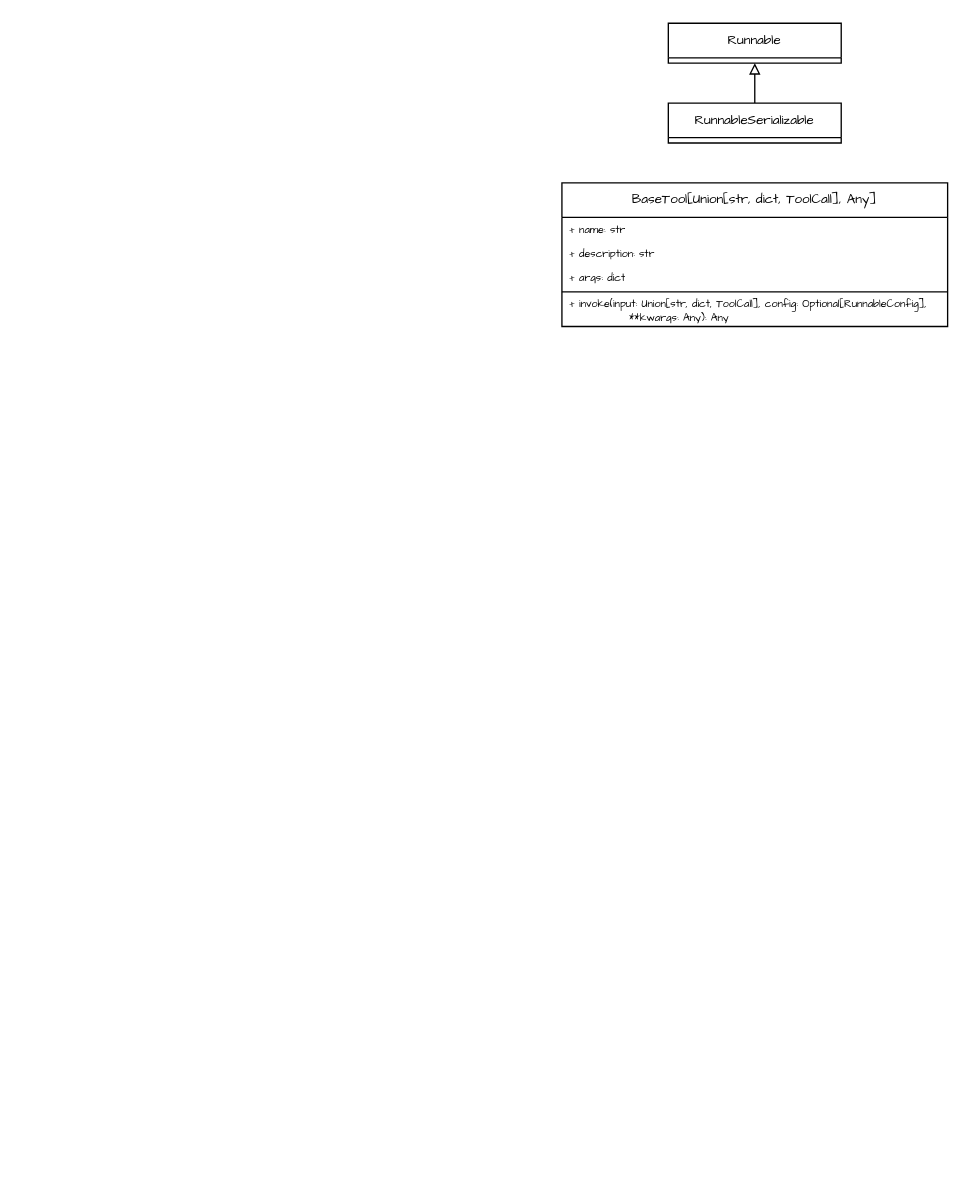
Above: page "Tool" (9 of 9) of Draw_Files/langchain.drawio in wangmu0115/WangMu (draw.io), before the change. Source tidied: cells renumbered, new cells numbered last; positions are measured from the earlier drawing's top-left corner, leaving out a move shared by most shapes. Both pictures are drawn from the tidied source at 133%, with x=0, y=0 at pixel (561, 23).
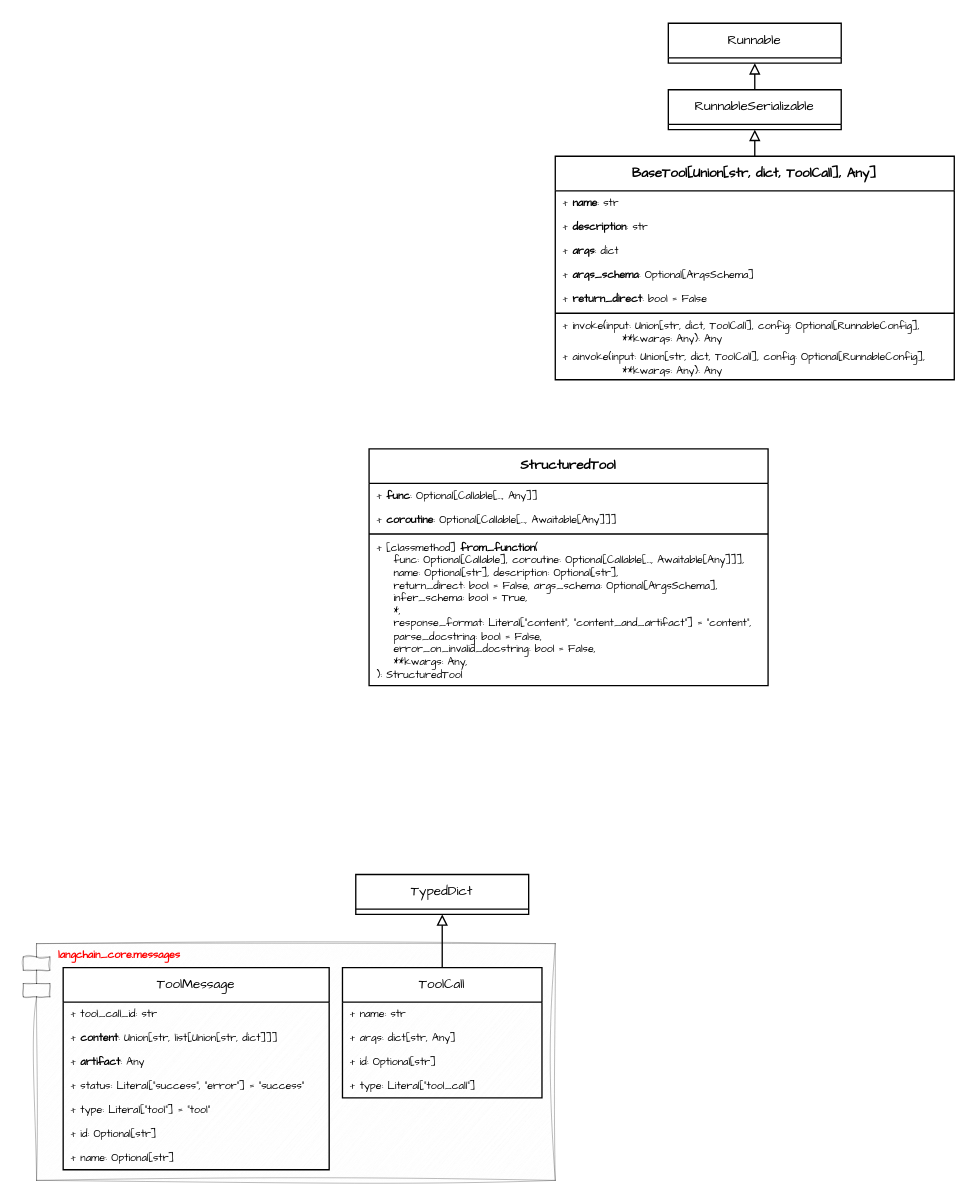
The same page after the edit.

Change to the diagram source:
```diff
@@
+    <mxCell id="11" style="shape=module;align=left;spacingLeft=20;align=center;verticalAlign=top;whiteSpace=wrap;html=1;fillColor=#f5f5f5;fontColor=#333333;strokeColor=default;sketch=1;curveFitting=1;jiggle=2;strokeWidth=0.2;" parent="1" vertex="1">
+      <mxGeometry x="-405" y="692" width="400" height="178" as="geometry" />
+    </mxCell>
+    <mxCell id="12" style="rounded=0;jettySize=auto;html=1;exitX=0.5;exitY=0;exitDx=0;exitDy=0;entryX=0.5;entryY=1;entryDx=0;entryDy=0;endArrow=block;endFill=0;" parent="1" edge="1" source="2" target="10">
+      <mxGeometry relative="1" as="geometry" />
+    </mxCell>
-    <mxCell id="2" value="BaseTool[Union[str, dict, ToolCall], Any]" style="swimlane;fontStyle=0;align=center;verticalAlign=top;horizontal=1;startSize=26;whiteSpace=wrap;html=1;fontFamily=Comic Sans MS;fontSize=10;" parent="1" vertex="1">
-      <mxGeometry y="120" width="290" height="108" as="geometry" />
+    <mxCell id="2" value="BaseTool[Union[str, dict, ToolCall], Any]" style="swimlane;fontStyle=1;align=center;verticalAlign=top;horizontal=1;startSize=26;whiteSpace=wrap;html=1;fontFamily=Comic Sans MS;fontSize=10;" parent="1" vertex="1">
+      <mxGeometry x="-5" y="100" width="300" height="168" as="geometry" />
     </mxCell>
-    <mxCell id="3" value="+ name: str" style="text;strokeColor=none;fillColor=none;align=left;verticalAlign=middle;spacingLeft=4;spacingRight=4;overflow=hidden;whiteSpace=wrap;html=1;fontFamily=Comic Sans MS;fontSize=8;fontStyle=0;" parent="2" vertex="1">
-      <mxGeometry y="26" width="290" height="18" as="geometry" />
+    <mxCell id="3" value="+ &lt;b&gt;name&lt;/b&gt;: str" style="text;strokeColor=none;fillColor=none;align=left;verticalAlign=middle;spacingLeft=4;spacingRight=4;overflow=hidden;whiteSpace=wrap;html=1;fontFamily=Comic Sans MS;fontSize=8;fontStyle=0;" parent="2" vertex="1">
+      <mxGeometry y="26" width="300" height="18" as="geometry" />
     </mxCell>
-    <mxCell id="4" value="+ description: str" style="text;strokeColor=none;fillColor=none;align=left;verticalAlign=middle;spacingLeft=4;spacingRight=4;overflow=hidden;whiteSpace=wrap;html=1;fontFamily=Comic Sans MS;fontSize=8;fontStyle=0;" parent="2" vertex="1">
-      <mxGeometry y="44" width="290" height="18" as="geometry" />
+    <mxCell id="4" value="+ &lt;b&gt;description&lt;/b&gt;: str" style="text;strokeColor=none;fillColor=none;align=left;verticalAlign=middle;spacingLeft=4;spacingRight=4;overflow=hidden;whiteSpace=wrap;html=1;fontFamily=Comic Sans MS;fontSize=8;fontStyle=0;" parent="2" vertex="1">
+      <mxGeometry y="44" width="300" height="18" as="geometry" />
     </mxCell>
-    <mxCell id="5" value="+ args: dict" style="text;strokeColor=none;fillColor=none;align=left;verticalAlign=middle;spacingLeft=4;spacingRight=4;overflow=hidden;whiteSpace=wrap;html=1;fontFamily=Comic Sans MS;fontSize=8;fontStyle=0;" parent="2" vertex="1">
-      <mxGeometry y="62" width="290" height="18" as="geometry" />
+    <mxCell id="5" value="+ &lt;b&gt;args&lt;/b&gt;: dict" style="text;strokeColor=none;fillColor=none;align=left;verticalAlign=middle;spacingLeft=4;spacingRight=4;overflow=hidden;whiteSpace=wrap;html=1;fontFamily=Comic Sans MS;fontSize=8;fontStyle=0;" parent="2" vertex="1">
+      <mxGeometry y="62" width="300" height="18" as="geometry" />
     </mxCell>
+    <mxCell id="13" value="+ &lt;b&gt;args_schema&lt;/b&gt;: Optional[ArgsSchema]" style="text;strokeColor=none;fillColor=none;align=left;verticalAlign=middle;spacingLeft=4;spacingRight=4;overflow=hidden;whiteSpace=wrap;html=1;fontFamily=Comic Sans MS;fontSize=8;fontStyle=0;" parent="2" vertex="1">
+      <mxGeometry y="80" width="300" height="18" as="geometry" />
+    </mxCell>
+    <mxCell id="14" value="+ &lt;b&gt;return_direct&lt;/b&gt;: bool = False" style="text;strokeColor=none;fillColor=none;align=left;verticalAlign=middle;spacingLeft=4;spacingRight=4;overflow=hidden;whiteSpace=wrap;html=1;fontFamily=Comic Sans MS;fontSize=8;fontStyle=0;" parent="2" vertex="1">
+      <mxGeometry y="98" width="300" height="18" as="geometry" />
+    </mxCell>
     <mxCell id="6" style="line;strokeWidth=1;fillColor=none;align=left;verticalAlign=middle;spacingTop=-1;spacingLeft=3;spacingRight=3;labelPosition=right;strokeColor=inherit;" parent="2" vertex="1">
-      <mxGeometry y="80" width="290" height="4" as="geometry" />
+      <mxGeometry y="116" width="300" height="4" as="geometry" />
     </mxCell>
     <mxCell id="7" value="+ invoke(input: Union[str, dict, ToolCall], config: Optional[RunnableConfig],&amp;nbsp;&lt;div&gt;&amp;nbsp; &amp;nbsp; &amp;nbsp; &amp;nbsp; &amp;nbsp; &amp;nbsp; &amp;nbsp; **kwargs: Any): Any&lt;/div&gt;" style="text;strokeColor=none;fillColor=none;align=left;verticalAlign=middle;spacingLeft=4;spacingRight=4;overflow=hidden;whiteSpace=wrap;html=1;fontFamily=Comic Sans MS;fontSize=8;fontStyle=0;" parent="2" vertex="1">
-      <mxGeometry y="84" width="290" height="24" as="geometry" />
+      <mxGeometry y="120" width="300" height="24" as="geometry" />
     </mxCell>
+    <mxCell id="15" value="+ ainvoke(input: Union[str, dict, ToolCall], config: Optional[RunnableConfig],&amp;nbsp;&lt;div&gt;&amp;nbsp; &amp;nbsp; &amp;nbsp; &amp;nbsp; &amp;nbsp; &amp;nbsp; &amp;nbsp; **kwargs: Any): Any&lt;/div&gt;" style="text;strokeColor=none;fillColor=none;align=left;verticalAlign=middle;spacingLeft=4;spacingRight=4;overflow=hidden;whiteSpace=wrap;html=1;fontFamily=Comic Sans MS;fontSize=8;fontStyle=0;" parent="2" vertex="1">
+      <mxGeometry y="144" width="300" height="24" as="geometry" />
+    </mxCell>
@@
     <mxCell id="10" value="RunnableSerializable" style="swimlane;fontStyle=0;align=center;verticalAlign=top;horizontal=1;startSize=26;whiteSpace=wrap;html=1;fontFamily=Comic Sans MS;fontSize=10;" parent="1" vertex="1" collapsed="1">
-      <mxGeometry x="80" y="60" width="130" height="30" as="geometry" />
+      <mxGeometry x="80" y="50" width="130" height="30" as="geometry" />
     </mxCell>
+    <mxCell id="16" value="StructuredTool" style="swimlane;fontStyle=1;align=center;verticalAlign=top;horizontal=1;startSize=26;whiteSpace=wrap;html=1;fontFamily=Comic Sans MS;fontSize=10;" parent="1" vertex="1">
+      <mxGeometry x="-145" y="320" width="300" height="178" as="geometry" />
+    </mxCell>
+    <mxCell id="17" value="+ &lt;b&gt;func&lt;/b&gt;: Optional[Callable[..., Any]]" style="text;strokeColor=none;fillColor=none;align=left;verticalAlign=middle;spacingLeft=4;spacingRight=4;overflow=hidden;whiteSpace=wrap;html=1;fontFamily=Comic Sans MS;fontSize=8;fontStyle=0;" parent="16" vertex="1">
+      <mxGeometry y="26" width="300" height="18" as="geometry" />
+    </mxCell>
+    <mxCell id="18" value="+ &lt;b&gt;coroutine&lt;/b&gt;: Optional[Callable[..., Awaitable[Any]]]" style="text;strokeColor=none;fillColor=none;align=left;verticalAlign=middle;spacingLeft=4;spacingRight=4;overflow=hidden;whiteSpace=wrap;html=1;fontFamily=Comic Sans MS;fontSize=8;fontStyle=0;" parent="16" vertex="1">
+      <mxGeometry y="44" width="300" height="18" as="geometry" />
+    </mxCell>
+    <mxCell id="19" style="line;strokeWidth=1;fillColor=none;align=left;verticalAlign=middle;spacingTop=-1;spacingLeft=3;spacingRight=3;labelPosition=right;strokeColor=inherit;" parent="16" vertex="1">
+      <mxGeometry y="62" width="300" height="4" as="geometry" />
+    </mxCell>
+    <mxCell id="20" value="+ [classmethod]&amp;nbsp;&lt;span style=&quot;background-color: transparent;&quot;&gt;&lt;b&gt;from_function&lt;/b&gt;(&lt;/span&gt;&lt;div&gt;&lt;span style=&quot;background-color: transparent;&quot;&gt;&amp;nbsp; &amp;nbsp; func: Optional[Callable], coroutine: Optional[Callable[..., Awaitable[Any]]],&lt;/span&gt;&lt;div&gt;&amp;nbsp; &amp;nbsp; name: Optional[str], description: Optional[str],&amp;nbsp;&lt;/div&gt;&lt;div&gt;&amp;nbsp; &amp;nbsp; return_direct: bool = False,&amp;nbsp;&lt;span style=&quot;background-color: transparent; color: light-dark(rgb(0, 0, 0), rgb(255, 255, 255));&quot;&gt;args_schema: Optional[ArgsSchema],&amp;nbsp;&lt;/span&gt;&lt;/div&gt;&lt;div&gt;&lt;span style=&quot;background-color: transparent; color: light-dark(rgb(0, 0, 0), rgb(255, 255, 255));&quot;&gt;&amp;nbsp; &amp;nbsp; infer_schema: bool = True,&lt;/span&gt;&lt;/div&gt;&lt;div&gt;&amp;nbsp; &amp;nbsp; *,&lt;/div&gt;&lt;div&gt;&amp;nbsp; &amp;nbsp; response_format: Literal[&quot;content&quot;, &quot;content_and_artifact&quot;] = &quot;content&quot;,&lt;/div&gt;&lt;div&gt;&amp;nbsp; &amp;nbsp; parse_docstring: bool = False,&lt;/div&gt;&lt;div&gt;&amp;nbsp; &amp;nbsp; error_on_invalid_docstring: bool = False,&lt;/div&gt;&lt;div&gt;&amp;nbsp; &amp;nbsp; **kwargs: Any,&lt;/div&gt;&lt;div&gt;): StructuredTool&lt;/div&gt;&lt;/div&gt;" style="text;strokeColor=none;fillColor=none;align=left;verticalAlign=middle;spacingLeft=4;spacingRight=4;overflow=hidden;whiteSpace=wrap;html=1;fontFamily=Comic Sans MS;fontSize=8;fontStyle=0;" parent="16" vertex="1">
+      <mxGeometry y="66" width="300" height="112" as="geometry" />
+    </mxCell>
+    <mxCell id="21" style="rounded=0;jettySize=auto;html=1;exitX=0.5;exitY=0;exitDx=0;exitDy=0;entryX=0.5;entryY=1;entryDx=0;entryDy=0;endArrow=block;endFill=0;" parent="1" edge="1" source="22" target="27">
+      <mxGeometry relative="1" as="geometry" />
+    </mxCell>
+    <mxCell id="22" value="ToolCall" style="swimlane;fontStyle=0;align=center;verticalAlign=top;horizontal=1;startSize=26;whiteSpace=wrap;html=1;fontFamily=Comic Sans MS;fontSize=10;" parent="1" vertex="1">
+      <mxGeometry x="-165" y="710" width="150" height="98" as="geometry" />
+    </mxCell>
+    <mxCell id="23" value="&lt;span style=&quot;background-color: transparent; color: light-dark(rgb(0, 0, 0), rgb(255, 255, 255));&quot;&gt;+&amp;nbsp;&lt;/span&gt;name: str" style="text;strokeColor=none;fillColor=none;align=left;verticalAlign=middle;spacingLeft=4;spacingRight=4;overflow=hidden;whiteSpace=wrap;html=1;fontFamily=Comic Sans MS;fontSize=8;" parent="22" vertex="1">
+      <mxGeometry y="26" width="150" height="18" as="geometry" />
+    </mxCell>
+    <mxCell id="24" value="&lt;span style=&quot;background-color: transparent; color: light-dark(rgb(0, 0, 0), rgb(255, 255, 255));&quot;&gt;+&amp;nbsp;&lt;/span&gt;args: dict[str, Any]" style="text;strokeColor=none;fillColor=none;align=left;verticalAlign=middle;spacingLeft=4;spacingRight=4;overflow=hidden;whiteSpace=wrap;html=1;fontFamily=Comic Sans MS;fontSize=8;" parent="22" vertex="1">
+      <mxGeometry y="44" width="150" height="18" as="geometry" />
+    </mxCell>
+    <mxCell id="25" value="&lt;span style=&quot;background-color: transparent; color: light-dark(rgb(0, 0, 0), rgb(255, 255, 255));&quot;&gt;+&amp;nbsp;&lt;/span&gt;id: Optional[str]" style="text;strokeColor=none;fillColor=none;align=left;verticalAlign=middle;spacingLeft=4;spacingRight=4;overflow=hidden;whiteSpace=wrap;html=1;fontFamily=Comic Sans MS;fontSize=8;" parent="22" vertex="1">
+      <mxGeometry y="62" width="150" height="18" as="geometry" />
+    </mxCell>
+    <mxCell id="26" value="&lt;span style=&quot;background-color: transparent; color: light-dark(rgb(0, 0, 0), rgb(255, 255, 255));&quot;&gt;+&amp;nbsp;&lt;/span&gt;type: Literal[&quot;tool_call&quot;]" style="text;strokeColor=none;fillColor=none;align=left;verticalAlign=middle;spacingLeft=4;spacingRight=4;overflow=hidden;whiteSpace=wrap;html=1;fontFamily=Comic Sans MS;fontSize=8;" parent="22" vertex="1">
+      <mxGeometry y="80" width="150" height="18" as="geometry" />
+    </mxCell>
+    <mxCell id="27" value="TypedDict" style="swimlane;fontStyle=0;align=center;verticalAlign=top;horizontal=1;startSize=26;whiteSpace=wrap;html=1;fontFamily=Comic Sans MS;fontSize=10;" parent="1" vertex="1" collapsed="1">
+      <mxGeometry x="-155" y="640" width="130" height="30" as="geometry" />
+    </mxCell>
+    <mxCell id="28" value="ToolMessage" style="swimlane;fontStyle=0;align=center;verticalAlign=top;horizontal=1;startSize=26;whiteSpace=wrap;html=1;fontFamily=Comic Sans MS;fontSize=10;" parent="1" vertex="1">
+      <mxGeometry x="-375" y="710" width="200" height="152" as="geometry" />
+    </mxCell>
+    <mxCell id="29" value="&lt;span style=&quot;background-color: transparent; color: light-dark(rgb(0, 0, 0), rgb(255, 255, 255));&quot;&gt;+&amp;nbsp;&lt;/span&gt;tool_call_id: str" style="text;strokeColor=none;fillColor=none;align=left;verticalAlign=middle;spacingLeft=4;spacingRight=4;overflow=hidden;whiteSpace=wrap;html=1;fontFamily=Comic Sans MS;fontSize=8;" parent="28" vertex="1">
+      <mxGeometry y="26" width="200" height="18" as="geometry" />
+    </mxCell>
+    <mxCell id="30" value="&lt;span style=&quot;background-color: transparent; color: light-dark(rgb(0, 0, 0), rgb(255, 255, 255));&quot;&gt;+&amp;nbsp;&lt;/span&gt;&lt;b&gt;content&lt;/b&gt;: Union[str, list[Union[str, dict]]]" style="text;strokeColor=none;fillColor=none;align=left;verticalAlign=middle;spacingLeft=4;spacingRight=4;overflow=hidden;whiteSpace=wrap;html=1;fontFamily=Comic Sans MS;fontSize=8;" parent="28" vertex="1">
+      <mxGeometry y="44" width="200" height="18" as="geometry" />
+    </mxCell>
+    <mxCell id="31" value="&lt;span style=&quot;color: light-dark(rgb(0, 0, 0), rgb(255, 255, 255)); background-color: transparent;&quot;&gt;+&amp;nbsp;&lt;/span&gt;&lt;b&gt;artifact&lt;/b&gt;: Any" style="text;strokeColor=none;fillColor=none;align=left;verticalAlign=middle;spacingLeft=4;spacingRight=4;overflow=hidden;whiteSpace=wrap;html=1;fontFamily=Comic Sans MS;fontSize=8;" parent="28" vertex="1">
+      <mxGeometry y="62" width="200" height="18" as="geometry" />
+    </mxCell>
+    <mxCell id="32" value="&lt;span style=&quot;color: light-dark(rgb(0, 0, 0), rgb(255, 255, 255)); background-color: transparent;&quot;&gt;+ status&lt;/span&gt;: Literal[&quot;success&quot;, &quot;error&quot;] = &quot;success&quot;" style="text;strokeColor=none;fillColor=none;align=left;verticalAlign=middle;spacingLeft=4;spacingRight=4;overflow=hidden;whiteSpace=wrap;html=1;fontFamily=Comic Sans MS;fontSize=8;" parent="28" vertex="1">
+      <mxGeometry y="80" width="200" height="18" as="geometry" />
+    </mxCell>
+    <mxCell id="33" value="&lt;span style=&quot;background-color: transparent; color: light-dark(rgb(0, 0, 0), rgb(255, 255, 255));&quot;&gt;+ type: Literal[&quot;tool&quot;] = &quot;tool&quot;&lt;/span&gt;&lt;span style=&quot;background-color: transparent; color: light-dark(rgb(0, 0, 0), rgb(255, 255, 255));&quot;&gt;&amp;nbsp;&lt;/span&gt;" style="text;strokeColor=none;fillColor=none;align=left;verticalAlign=middle;spacingLeft=4;spacingRight=4;overflow=hidden;whiteSpace=wrap;html=1;fontFamily=Comic Sans MS;fontSize=8;" parent="28" vertex="1">
+      <mxGeometry y="98" width="200" height="18" as="geometry" />
+    </mxCell>
+    <mxCell id="34" value="&lt;span style=&quot;background-color: transparent; color: light-dark(rgb(0, 0, 0), rgb(255, 255, 255));&quot;&gt;+&amp;nbsp;&lt;/span&gt;id: Optional[str]" style="text;strokeColor=none;fillColor=none;align=left;verticalAlign=middle;spacingLeft=4;spacingRight=4;overflow=hidden;whiteSpace=wrap;html=1;fontFamily=Comic Sans MS;fontSize=8;" parent="28" vertex="1">
+      <mxGeometry y="116" width="200" height="18" as="geometry" />
+    </mxCell>
+    <mxCell id="35" value="&lt;span style=&quot;color: light-dark(rgb(0, 0, 0), rgb(255, 255, 255)); background-color: transparent;&quot;&gt;+ name&lt;/span&gt;: Optional[str]" style="text;strokeColor=none;fillColor=none;align=left;verticalAlign=middle;spacingLeft=4;spacingRight=4;overflow=hidden;whiteSpace=wrap;html=1;fontFamily=Comic Sans MS;fontSize=8;" parent="28" vertex="1">
+      <mxGeometry y="134" width="200" height="18" as="geometry" />
+    </mxCell>
+    <mxCell id="36" value="langchain_core.messages" style="text;html=1;align=center;verticalAlign=middle;whiteSpace=wrap;rounded=0;fontSize=8;fontFamily=Comic Sans MS;fillColor=none;strokeColor=none;sketch=1;curveFitting=1;jiggle=2;fontStyle=1;fontColor=#FF0000;" parent="1" vertex="1">
+      <mxGeometry x="-385" y="690" width="105" height="20" as="geometry" />
+    </mxCell>
```
